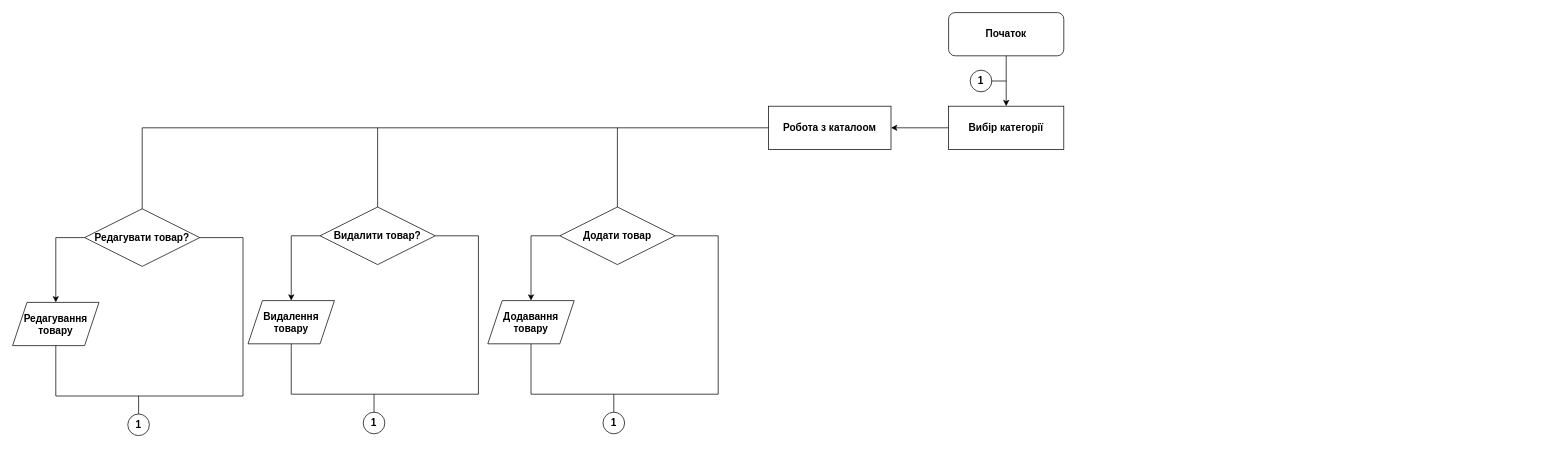
Earlier version of the draw.io diagram CrmBL/Untitled Diagram.drawio (Moqu3f/ToyShopCRM). Source tidied: cells renumbered, new cells numbered last; positions are measured from the earlier drawing's top-left corner, leaving out a move shared by most shapes. Both pictures are drawn from the tidied source at 72%, with x=0, y=0 at pixel (12, 12).
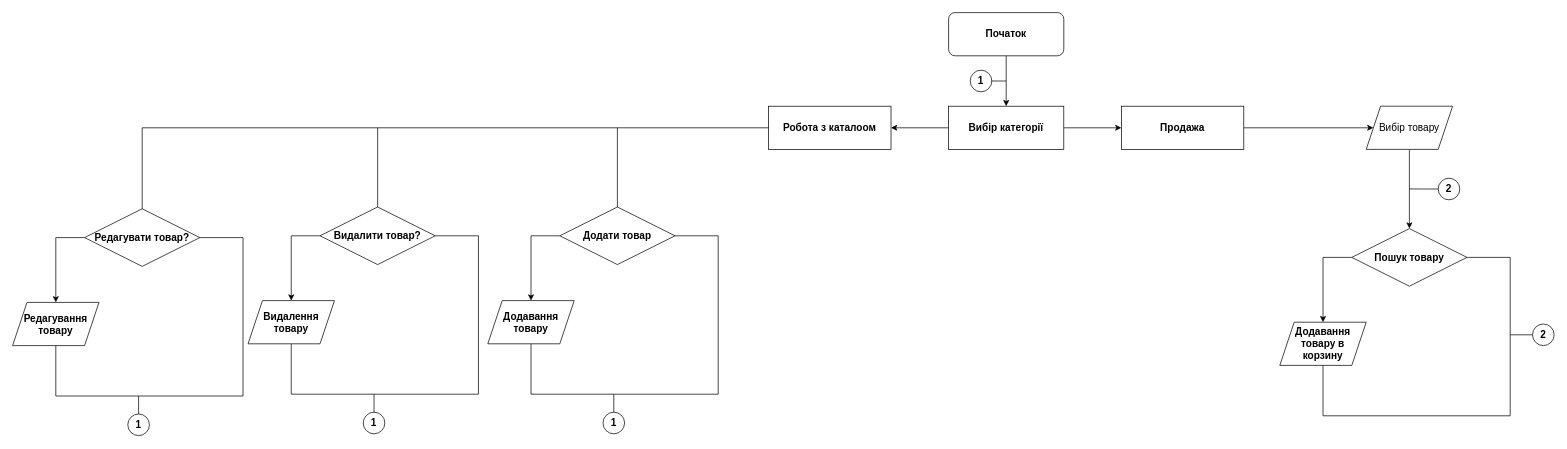
After the change.

Unchanged cells that the change refers to:
```xml
<mxCell id="3" value="Вибір категорії" style="rounded=0;whiteSpace=wrap;html=1;fontStyle=1;fontSize=14;" parent="1" vertex="1">
  <mxGeometry x="1300" y="130" width="160" height="60" as="geometry" />
</mxCell>
```

The edit, as a diff of the source:
```diff
@@
+    <mxCell id="33" style="edgeStyle=orthogonalEdgeStyle;rounded=0;jettySize=auto;html=1;entryX=0;entryY=0.5;entryDx=0;entryDy=0;fontSize=14;" parent="1" edge="1" source="34" target="37">
+      <mxGeometry relative="1" as="geometry" />
+    </mxCell>
+    <mxCell id="34" value="Продажа" style="rounded=0;whiteSpace=wrap;html=1;fontStyle=1;fontSize=14;" parent="1" vertex="1">
+      <mxGeometry x="1540" y="130" width="170" height="60" as="geometry" />
+    </mxCell>
+    <mxCell id="35" style="endArrow=classic;html=1;rounded=0;fontSize=14;entryX=0;entryY=0.5;entryDx=0;entryDy=0;exitX=1;exitY=0.5;exitDx=0;exitDy=0;" parent="1" edge="1" source="3" target="34">
+      <mxGeometry relative="1" as="geometry" />
+    </mxCell>
+    <mxCell id="36" style="edgeStyle=orthogonalEdgeStyle;rounded=0;jettySize=auto;html=1;exitX=0.5;exitY=1;exitDx=0;exitDy=0;entryX=0.5;entryY=0;entryDx=0;entryDy=0;fontSize=14;" parent="1" edge="1" source="37" target="38">
+      <mxGeometry relative="1" as="geometry" />
+    </mxCell>
+    <mxCell id="37" value="Вибір товару" style="shape=parallelogram;perimeter=parallelogramPerimeter;whiteSpace=wrap;html=1;fixedSize=1;fontSize=14;" parent="1" vertex="1">
+      <mxGeometry x="1880" y="130" width="120" height="60" as="geometry" />
+    </mxCell>
+    <mxCell id="38" value="Пошук товару" style="rhombus;whiteSpace=wrap;html=1;fontStyle=1;fontSize=14;" parent="1" vertex="1">
+      <mxGeometry x="1860" y="300" width="160" height="80" as="geometry" />
+    </mxCell>
+    <mxCell id="39" value="Додавання товару в корзину" style="shape=parallelogram;perimeter=parallelogramPerimeter;whiteSpace=wrap;html=1;fixedSize=1;fontStyle=1;fontSize=14;" parent="1" vertex="1">
+      <mxGeometry x="1760" y="430" width="120" height="60" as="geometry" />
+    </mxCell>
+    <mxCell id="40" style="endArrow=classic;html=1;rounded=0;entryX=0.5;entryY=0;entryDx=0;entryDy=0;exitX=0;exitY=0.5;exitDx=0;exitDy=0;fontStyle=1;fontSize=14;" parent="1" edge="1" source="38" target="39">
+      <mxGeometry relative="1" as="geometry">
+        <Array as="points">
+          <mxPoint x="1820" y="340" />
+        </Array>
+      </mxGeometry>
+    </mxCell>
+    <mxCell id="41" style="endArrow=none;html=1;rounded=0;entryX=0.5;entryY=1;entryDx=0;entryDy=0;fontStyle=1;fontSize=14;" parent="1" edge="1" target="39">
+      <mxGeometry relative="1" as="geometry">
+        <mxPoint x="2080" y="560" as="sourcePoint" />
+        <Array as="points">
+          <mxPoint x="1820" y="560" />
+        </Array>
+      </mxGeometry>
+    </mxCell>
+    <mxCell id="42" style="endArrow=none;html=1;rounded=0;entryX=1;entryY=0.5;entryDx=0;entryDy=0;fontStyle=1;fontSize=14;" parent="1" edge="1" target="38">
+      <mxGeometry relative="1" as="geometry">
+        <mxPoint x="2080" y="560" as="sourcePoint" />
+        <Array as="points">
+          <mxPoint x="2080" y="340" />
+        </Array>
+      </mxGeometry>
+    </mxCell>
+    <mxCell id="43" style="edgeStyle=orthogonalEdgeStyle;rounded=0;jettySize=auto;html=1;exitX=0;exitY=0.5;exitDx=0;exitDy=0;fontSize=14;labelPosition=right;verticalLabelPosition=middle;align=left;verticalAlign=middle;horizontal=1;endArrow=none;endFill=0;" parent="1" edge="1" source="44">
+      <mxGeometry relative="1" as="geometry">
+        <mxPoint x="1940" y="244.9" as="targetPoint" />
+      </mxGeometry>
+    </mxCell>
+    <mxCell id="44" value="2" style="ellipse;whiteSpace=wrap;html=1;fontStyle=1;fontSize=14;" parent="1" vertex="1">
+      <mxGeometry x="1980" y="230" width="30" height="30" as="geometry" />
+    </mxCell>
+    <mxCell id="45" style="edgeStyle=orthogonalEdgeStyle;rounded=0;jettySize=auto;html=1;exitX=0;exitY=0.5;exitDx=0;exitDy=0;fontSize=14;endArrow=none;endFill=0;" parent="1" edge="1" source="46">
+      <mxGeometry relative="1" as="geometry">
+        <mxPoint x="2080" y="447.4" as="targetPoint" />
+      </mxGeometry>
+    </mxCell>
+    <mxCell id="46" value="2" style="ellipse;whiteSpace=wrap;html=1;fontStyle=1;fontSize=14;" parent="1" vertex="1">
+      <mxGeometry x="2111" y="432.5" width="30" height="30" as="geometry" />
+    </mxCell>
```
